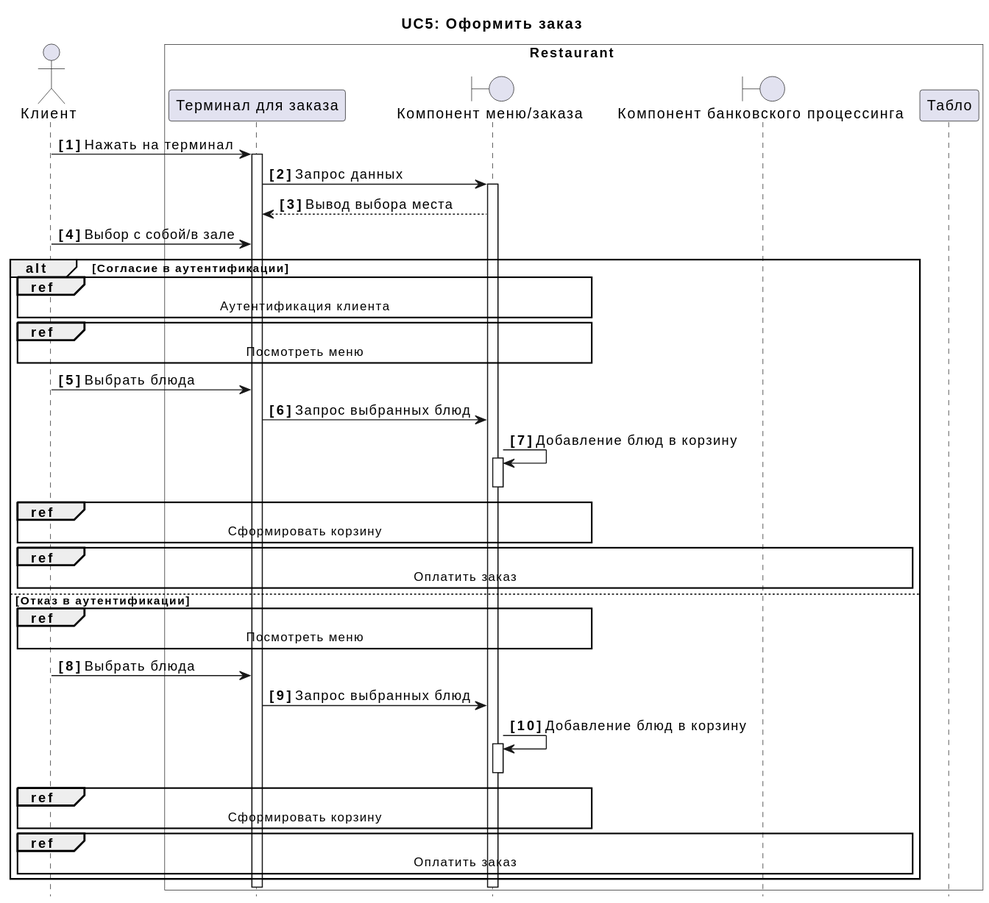
Earlier version of the PlantUML export docs/diagrams/include/UC5.svg (xxx996/OTUS_Restaraunt).
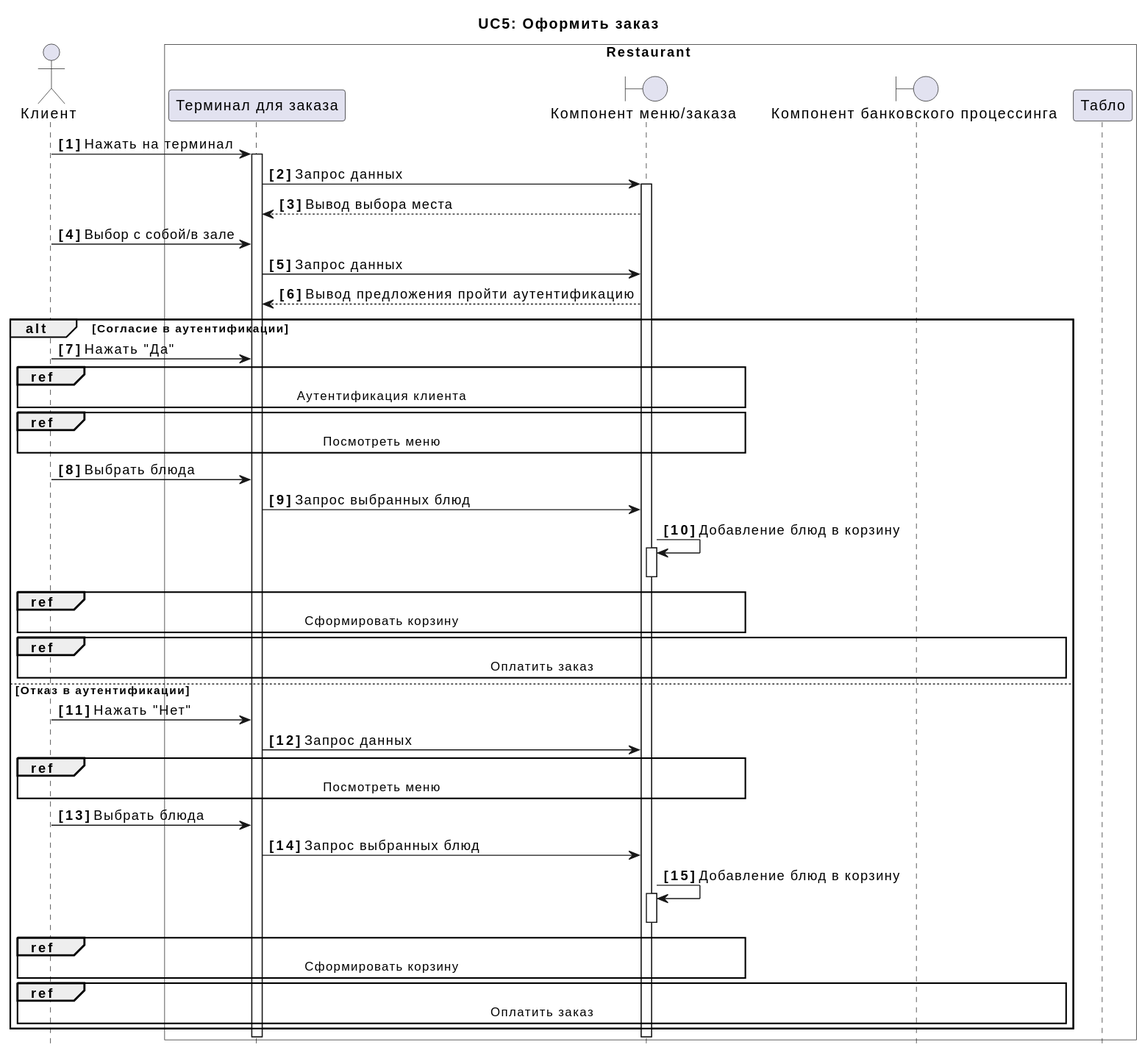
After the commit.

Diff of the diagram source:
```diff
@@ -15,9 +15,11 @@
 A -> F++:  Запрос данных
 F --> A:  Вывод выбора места
 C -> A:  Выбор с собой/в зале
+A -> F:  Запрос данных
+F --> A:  Вывод предложения пройти аутентификацию
 
 alt Согласие в аутентификации
-
+C -> A:  Нажать "Да"
 ref over C, F:  Аутентификация клиента
 ref over C, F:  Посмотреть меню
 C -> A:  Выбрать блюда
@@ -29,7 +31,8 @@
 
 else Отказ в аутентификации
 
-
+C -> A:  Нажать "Нет"
+A -> F:  Запрос данных
 ref over C, F:  Посмотреть меню
 
 C -> A:  Выбрать блюда
```
